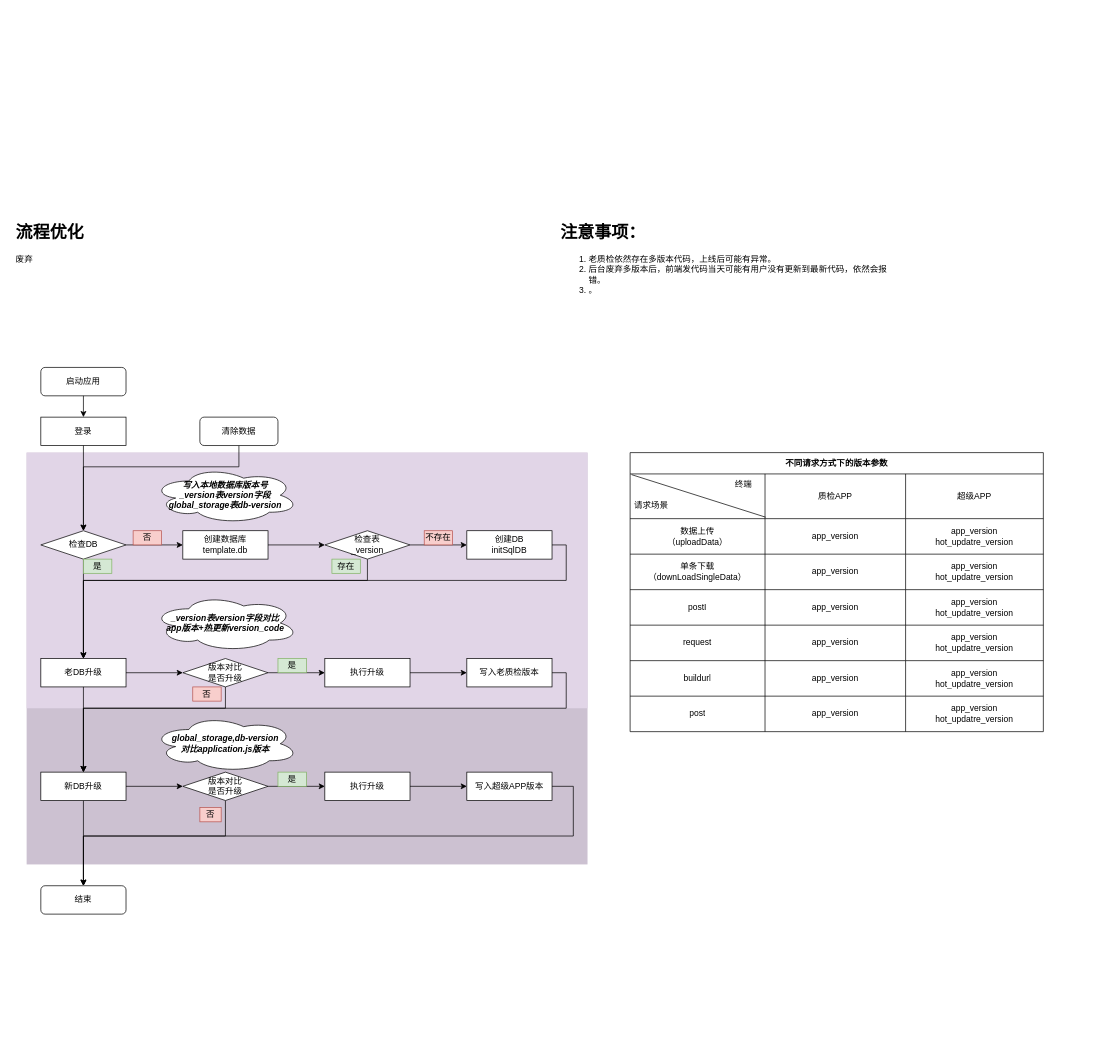
Earlier version of the draw.io diagram sync-data/Untitled Diagram.drawio (jsven/design-draw). Source tidied: cells renumbered, new cells numbered last; positions are measured from the earlier drawing's top-left corner, leaving out a move shared by most shapes. Both pictures are drawn from the tidied source at 71%, with x=0, y=0 at pixel (12, 218).
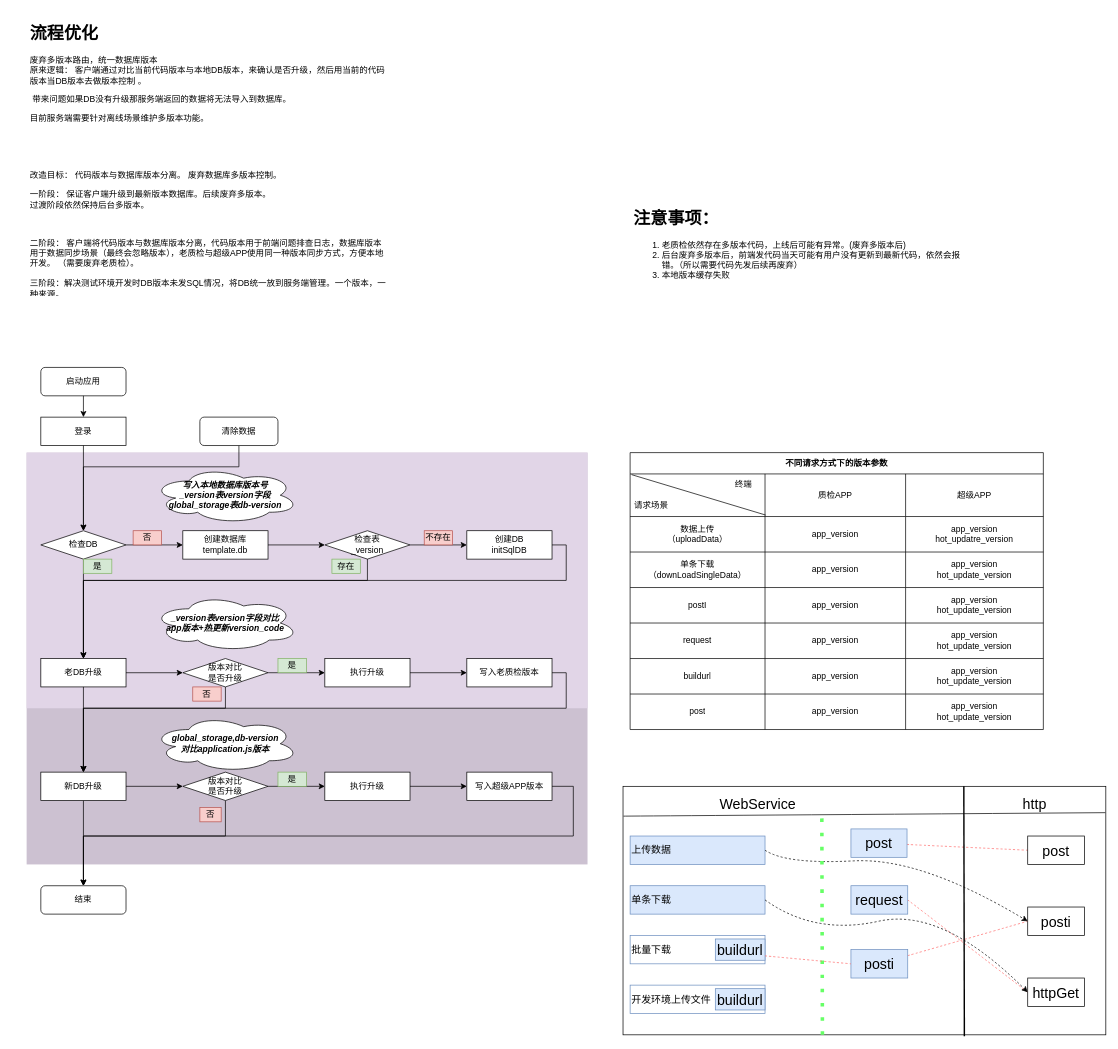
The same page after the edit.

The edit, as a diff of the source:
```diff
@@
+    <mxCell id="86" value="批量下载" style="rounded=0;whiteSpace=wrap;html=1;labelBackgroundColor=none;fontSize=14;fillColor=none;strokeColor=#6c8ebf;align=left;" parent="1" vertex="1">
+      <mxGeometry x="870" y="1010" width="190" height="40" as="geometry" />
+    </mxCell>
+    <mxCell id="87" value="开发环境上传文件" style="rounded=0;whiteSpace=wrap;html=1;labelBackgroundColor=none;fontSize=14;fillColor=none;strokeColor=#6c8ebf;align=left;" parent="1" vertex="1">
+      <mxGeometry x="870" y="1080" width="190" height="40" as="geometry" />
+    </mxCell>
+    <mxCell id="88" style="rounded=0;whiteSpace=wrap;html=1;labelBackgroundColor=none;fontSize=20;fontColor=#000000;fillColor=none;" parent="1" vertex="1">
+      <mxGeometry x="860" y="800" width="680" height="350" as="geometry" />
+    </mxCell>
@@
-    <mxCell id="4" value="&lt;h1&gt;注意事项：&lt;/h1&gt;&lt;p&gt;&lt;/p&gt;&lt;ol&gt;&lt;li&gt;老质检依然存在多版本代码，上线后可能有异常。&lt;/li&gt;&lt;li&gt;后台废弃多版本后，前端发代码当天可能有用户没有更新到最新代码，依然会报错。&lt;/li&gt;&lt;li&gt;。&lt;/li&gt;&lt;/ol&gt;&lt;p&gt;&lt;/p&gt;" style="text;html=1;strokeColor=none;fillColor=none;spacing=5;spacingTop=-20;whiteSpace=wrap;overflow=hidden;rounded=0;" parent="1" vertex="1">
-      <mxGeometry x="767" width="470" height="130" as="geometry" />
+    <mxCell id="4" value="&lt;h1&gt;注意事项：&lt;/h1&gt;&lt;p&gt;&lt;/p&gt;&lt;ol&gt;&lt;li&gt;老质检依然存在多版本代码，上线后可能有异常。(废弃多版本后)&lt;/li&gt;&lt;li&gt;后台废弃多版本后，前端发代码当天可能有用户没有更新到最新代码，依然会报错。（所以需要代码先发后续再废弃）&lt;/li&gt;&lt;li&gt;本地版本缓存失败&lt;/li&gt;&lt;/ol&gt;&lt;p&gt;&lt;/p&gt;" style="text;html=1;strokeColor=none;fillColor=none;spacing=5;spacingTop=-20;whiteSpace=wrap;overflow=hidden;rounded=0;" parent="1" vertex="1">
+      <mxGeometry x="870" y="-20" width="470" height="130" as="geometry" />
     </mxCell>
-    <mxCell id="5" value="&lt;h1&gt;流程优化&lt;/h1&gt;&lt;p&gt;废弃&lt;/p&gt;" style="text;html=1;strokeColor=none;fillColor=none;spacing=5;spacingTop=-20;whiteSpace=wrap;overflow=hidden;rounded=0;" parent="1" vertex="1">
-      <mxGeometry width="510" height="120" as="geometry" />
+    <mxCell id="5" value="&lt;h1&gt;流程优化&lt;/h1&gt;&lt;p&gt;废弃多版本路由，统一数据库版本&lt;br&gt;原来逻辑： 客户端通过对比当前代码版本与本地DB版本，来确认是否升级，然后用当前的代码版本当DB版本去做版本控制 。&lt;/p&gt;&lt;p&gt;&lt;span&gt;&amp;nbsp;带来问题如果DB没有升级那服务端返回的数据将无法导入到数据库。&lt;/span&gt;&lt;/p&gt;&lt;p&gt;目前服务端需要针对离线场景维护多版本功能。&lt;/p&gt;&lt;p&gt;&lt;br&gt;&lt;/p&gt;&lt;p&gt;&lt;br&gt;&lt;/p&gt;&lt;p&gt;改造目标： 代码版本与数据库版本分离。 废弃数据库多版本控制。&lt;br&gt;&lt;br&gt;一阶段： 保证客户端升级到最新版本数据库。后续废弃多版本。&lt;br&gt;过渡阶段依然保持后台多版本。&lt;/p&gt;&lt;p&gt;&lt;br&gt;&lt;/p&gt;&lt;p&gt;二阶段： 客户端将代码版本与数据库版本分离，代码版本用于前端问题排查日志，数据库版本用于数据同步场景（最终会忽略版本），老质检与超级APP使用同一种版本同步方式，方便本地开发。 （需要废弃老质检）。&lt;br&gt;&lt;br&gt;三阶段：解决测试环境开发时DB版本未发SQL情况，将DB统一放到服务端管理。一个版本，一种来源。&lt;/p&gt;" style="text;html=1;strokeColor=none;fillColor=none;spacing=5;spacingTop=-20;whiteSpace=wrap;overflow=hidden;rounded=0;" parent="1" vertex="1">
+      <mxGeometry x="20" y="-280" width="510" height="390" as="geometry" />
     </mxCell>
@@
     <mxCell id="54" value="不同请求方式下的版本参数" style="shape=table;startSize=30;childLayout=tableLayout;fontStyle=1;align=center;" parent="1" vertex="1">
-      <mxGeometry x="870" y="330" width="582" height="393" as="geometry" />
+      <mxGeometry x="870" y="330" width="582" height="390" as="geometry" />
     </mxCell>
     <mxCell id="55" style="shape=partialRectangle;html=1;whiteSpace=wrap;fillColor=none;top=0;left=0;bottom=0;right=0;" parent="54" vertex="1">
-      <mxGeometry y="30" width="582" height="63" as="geometry" />
+      <mxGeometry y="30" width="582" height="60" as="geometry" />
     </mxCell>
     <mxCell id="56" style="shape=partialRectangle;html=1;whiteSpace=wrap;fillColor=none;top=0;left=0;bottom=0;right=0;overflow=hidden;" parent="55" vertex="1">
-      <mxGeometry width="190" height="63" as="geometry" />
+      <mxGeometry width="190" height="60" as="geometry" />
     </mxCell>
     <mxCell id="57" value="质检APP" style="shape=partialRectangle;html=1;whiteSpace=wrap;fillColor=none;top=0;left=0;bottom=0;right=0;overflow=hidden;" parent="55" vertex="1">
-      <mxGeometry x="190" width="198" height="63" as="geometry" />
+      <mxGeometry x="190" width="198" height="60" as="geometry" />
     </mxCell>
     <mxCell id="58" value="超级APP" style="shape=partialRectangle;html=1;whiteSpace=wrap;fillColor=none;top=0;left=0;bottom=0;right=0;overflow=hidden;" parent="55" vertex="1">
-      <mxGeometry x="388" width="194" height="63" as="geometry" />
+      <mxGeometry x="388" width="194" height="60" as="geometry" />
     </mxCell>
     <mxCell id="59" style="shape=partialRectangle;html=1;whiteSpace=wrap;fillColor=none;top=0;left=0;bottom=0;right=0;points=[[0,0.5],[1,0.5]];portConstraint=eastwest;" parent="54" vertex="1">
-      <mxGeometry y="93" width="582" height="50" as="geometry" />
+      <mxGeometry y="90" width="582" height="50" as="geometry" />
     </mxCell>
@@
     <mxCell id="63" style="shape=partialRectangle;html=1;whiteSpace=wrap;fillColor=none;top=0;left=0;bottom=0;right=0;" parent="54" vertex="1">
-      <mxGeometry y="143" width="582" height="50" as="geometry" />
+      <mxGeometry y="140" width="582" height="50" as="geometry" />
     </mxCell>
@@
-    <mxCell id="66" value="&lt;span&gt;app_version&lt;/span&gt;&lt;br&gt;&lt;span&gt;hot_updatre_version&lt;/span&gt;" style="shape=partialRectangle;html=1;whiteSpace=wrap;fillColor=none;top=0;left=0;bottom=0;right=0;overflow=hidden;" parent="63" vertex="1">
+    <mxCell id="66" value="&lt;span&gt;app_version&lt;/span&gt;&lt;br&gt;&lt;span&gt;hot_update_version&lt;/span&gt;" style="shape=partialRectangle;html=1;whiteSpace=wrap;fillColor=none;top=0;left=0;bottom=0;right=0;overflow=hidden;" parent="63" vertex="1">
       <mxGeometry x="388" width="194" height="50" as="geometry" />
     </mxCell>
     <mxCell id="67" style="shape=partialRectangle;html=1;whiteSpace=wrap;fillColor=none;top=0;left=0;bottom=0;right=0;" parent="54" vertex="1">
-      <mxGeometry y="193" width="582" height="50" as="geometry" />
+      <mxGeometry y="190" width="582" height="50" as="geometry" />
     </mxCell>
@@
-    <mxCell id="70" value="&lt;span&gt;app_version&lt;/span&gt;&lt;br&gt;&lt;span&gt;hot_updatre_version&lt;/span&gt;" style="shape=partialRectangle;html=1;whiteSpace=wrap;fillColor=none;top=0;left=0;bottom=0;right=0;overflow=hidden;" parent="67" vertex="1">
+    <mxCell id="70" value="app_version&lt;br&gt;hot_update_version" style="shape=partialRectangle;html=1;whiteSpace=wrap;fillColor=none;top=0;left=0;bottom=0;right=0;overflow=hidden;" parent="67" vertex="1">
       <mxGeometry x="388" width="194" height="50" as="geometry" />
     </mxCell>
     <mxCell id="71" style="shape=partialRectangle;html=1;whiteSpace=wrap;fillColor=none;top=0;left=0;bottom=0;right=0;" parent="54" vertex="1">
-      <mxGeometry y="243" width="582" height="50" as="geometry" />
+      <mxGeometry y="240" width="582" height="50" as="geometry" />
     </mxCell>
@@
-    <mxCell id="74" value="&lt;span&gt;app_version&lt;/span&gt;&lt;br&gt;&lt;span&gt;hot_updatre_version&lt;/span&gt;" style="shape=partialRectangle;html=1;whiteSpace=wrap;fillColor=none;top=0;left=0;bottom=0;right=0;overflow=hidden;" parent="71" vertex="1">
+    <mxCell id="74" value="app_version&lt;br&gt;hot_update_version" style="shape=partialRectangle;html=1;whiteSpace=wrap;fillColor=none;top=0;left=0;bottom=0;right=0;overflow=hidden;" parent="71" vertex="1">
       <mxGeometry x="388" width="194" height="50" as="geometry" />
     </mxCell>
     <mxCell id="75" style="shape=partialRectangle;html=1;whiteSpace=wrap;fillColor=none;top=0;left=0;bottom=0;right=0;" parent="54" vertex="1">
-      <mxGeometry y="293" width="582" height="50" as="geometry" />
+      <mxGeometry y="290" width="582" height="50" as="geometry" />
     </mxCell>
@@
-    <mxCell id="78" value="&lt;span&gt;app_version&lt;/span&gt;&lt;br&gt;&lt;span&gt;hot_updatre_version&lt;/span&gt;" style="shape=partialRectangle;html=1;whiteSpace=wrap;fillColor=none;top=0;left=0;bottom=0;right=0;overflow=hidden;" parent="75" vertex="1">
+    <mxCell id="78" value="app_version&lt;br&gt;hot_update_version" style="shape=partialRectangle;html=1;whiteSpace=wrap;fillColor=none;top=0;left=0;bottom=0;right=0;overflow=hidden;" parent="75" vertex="1">
       <mxGeometry x="388" width="194" height="50" as="geometry" />
     </mxCell>
     <mxCell id="79" style="shape=partialRectangle;html=1;whiteSpace=wrap;fillColor=none;top=0;left=0;bottom=0;right=0;" parent="54" vertex="1">
-      <mxGeometry y="343" width="582" height="50" as="geometry" />
+      <mxGeometry y="340" width="582" height="50" as="geometry" />
     </mxCell>
@@
-    <mxCell id="82" value="&lt;span&gt;app_version&lt;/span&gt;&lt;br&gt;&lt;span&gt;hot_updatre_version&lt;/span&gt;" style="shape=partialRectangle;html=1;whiteSpace=wrap;fillColor=none;top=0;left=0;bottom=0;right=0;overflow=hidden;" parent="79" vertex="1">
+    <mxCell id="82" value="app_version&lt;br&gt;hot_update_version" style="shape=partialRectangle;html=1;whiteSpace=wrap;fillColor=none;top=0;left=0;bottom=0;right=0;overflow=hidden;" parent="79" vertex="1">
       <mxGeometry x="388" width="194" height="50" as="geometry" />
     </mxCell>
@@
+    <mxCell id="89" value="上传数据" style="rounded=0;whiteSpace=wrap;html=1;labelBackgroundColor=none;fontSize=14;fillColor=#dae8fc;strokeColor=#6c8ebf;align=left;" parent="1" vertex="1">
+      <mxGeometry x="870" y="870" width="190" height="40" as="geometry" />
+    </mxCell>
+    <mxCell id="90" value="单条下载" style="rounded=0;whiteSpace=wrap;html=1;labelBackgroundColor=none;fontSize=14;fillColor=#dae8fc;strokeColor=#6c8ebf;align=left;" parent="1" vertex="1">
+      <mxGeometry x="870" y="940" width="190" height="40" as="geometry" />
+    </mxCell>
+    <mxCell id="91" style="edgeStyle=none;curved=1;jettySize=auto;html=1;entryX=0;entryY=0.5;entryDx=0;entryDy=0;dashed=1;fontSize=20;fontColor=#000000;endArrow=none;endFill=0;strokeColor=#FF6666;" parent="1" edge="1" source="92" target="100">
+      <mxGeometry relative="1" as="geometry" />
+    </mxCell>
+    <mxCell id="92" value="posti" style="rounded=0;whiteSpace=wrap;html=1;labelBackgroundColor=none;fontSize=20;fillColor=#dae8fc;strokeColor=#6c8ebf;" parent="1" vertex="1">
+      <mxGeometry x="1181" y="1030" width="80" height="40" as="geometry" />
+    </mxCell>
+    <mxCell id="93" style="edgeStyle=none;curved=1;jettySize=auto;html=1;entryX=0;entryY=0.5;entryDx=0;entryDy=0;fontSize=20;fontColor=#000000;endArrow=none;endFill=0;strokeColor=#FF6666;dashed=1;" parent="1" edge="1" source="94" target="107">
+      <mxGeometry relative="1" as="geometry" />
+    </mxCell>
+    <mxCell id="94" value="post" style="rounded=0;whiteSpace=wrap;html=1;labelBackgroundColor=none;fontSize=20;fillColor=#dae8fc;strokeColor=#6c8ebf;" parent="1" vertex="1">
+      <mxGeometry x="1181" y="860" width="79" height="40" as="geometry" />
+    </mxCell>
+    <mxCell id="95" style="edgeStyle=none;curved=1;jettySize=auto;html=1;dashed=1;fontSize=20;fontColor=#000000;endArrow=none;endFill=0;strokeColor=#FF6666;exitX=1;exitY=0.5;exitDx=0;exitDy=0;" parent="1" edge="1" source="96">
+      <mxGeometry relative="1" as="geometry">
+        <mxPoint x="1430" y="1090" as="targetPoint" />
+      </mxGeometry>
+    </mxCell>
+    <mxCell id="96" value="request" style="rounded=0;whiteSpace=wrap;html=1;labelBackgroundColor=none;fontSize=20;fillColor=#dae8fc;strokeColor=#6c8ebf;" parent="1" vertex="1">
+      <mxGeometry x="1181" y="940" width="80" height="40" as="geometry" />
+    </mxCell>
+    <mxCell id="97" style="curved=1;endArrow=classic;html=1;rounded=0;fontSize=20;fontColor=#000000;entryX=0;entryY=0.5;entryDx=0;entryDy=0;dashed=1;" parent="1" edge="1" target="100">
+      <mxGeometry relative="1" as="geometry">
+        <mxPoint x="1060" y="890" as="sourcePoint" />
+        <Array as="points">
+          <mxPoint x="1090" y="910" />
+          <mxPoint x="1280" y="900" />
+        </Array>
+      </mxGeometry>
+    </mxCell>
+    <mxCell id="98" style="endArrow=classic;html=1;fontSize=20;fontColor=#000000;exitX=1;exitY=0.5;exitDx=0;exitDy=0;entryX=0;entryY=0.5;entryDx=0;entryDy=0;curved=1;dashed=1;" parent="1" edge="1" source="90" target="99">
+      <mxGeometry relative="1" as="geometry">
+        <Array as="points">
+          <mxPoint x="1130" y="1010" />
+          <mxPoint x="1310" y="970" />
+        </Array>
+      </mxGeometry>
+    </mxCell>
+    <mxCell id="99" value="httpGet" style="rounded=0;whiteSpace=wrap;html=1;labelBackgroundColor=#FFFFFF;fontSize=20;fontColor=#000000;" parent="1" vertex="1">
+      <mxGeometry x="1430" y="1070" width="80" height="40" as="geometry" />
+    </mxCell>
+    <mxCell id="100" value="posti" style="rounded=0;whiteSpace=wrap;html=1;labelBackgroundColor=#FFFFFF;fontSize=20;fontColor=#000000;" parent="1" vertex="1">
+      <mxGeometry x="1430" y="970" width="80" height="40" as="geometry" />
+    </mxCell>
+    <mxCell id="101" style="endArrow=none;html=1;strokeWidth=2;fontSize=20;fontColor=#000000;curved=1;exitX=0.707;exitY=1.006;exitDx=0;exitDy=0;exitPerimeter=0;" parent="1" edge="1" source="88">
+      <mxGeometry relative="1" as="geometry">
+        <mxPoint x="1340" y="800" as="targetPoint" />
+      </mxGeometry>
+    </mxCell>
+    <mxCell id="102" style="endArrow=none;html=1;fontSize=20;fontColor=#000000;curved=1;exitX=0.001;exitY=0.12;exitDx=0;exitDy=0;exitPerimeter=0;entryX=0.999;entryY=0.106;entryDx=0;entryDy=0;entryPerimeter=0;" parent="1" edge="1" source="88" target="88">
+      <mxGeometry relative="1" as="geometry" />
+    </mxCell>
+    <mxCell id="103" value="WebService" style="text;html=1;strokeColor=none;fillColor=none;align=center;verticalAlign=middle;whiteSpace=wrap;rounded=0;labelBackgroundColor=none;fontSize=20;fontColor=#000000;" parent="1" vertex="1">
+      <mxGeometry x="1020" y="810" width="60" height="30" as="geometry" />
+    </mxCell>
+    <mxCell id="104" value="http" style="text;html=1;strokeColor=none;fillColor=none;align=center;verticalAlign=middle;whiteSpace=wrap;rounded=0;labelBackgroundColor=none;fontSize=20;fontColor=#000000;" parent="1" vertex="1">
+      <mxGeometry x="1410" y="810" width="60" height="30" as="geometry" />
+    </mxCell>
+    <mxCell id="105" style="endArrow=none;dashed=1;html=1;dashPattern=1 3;strokeWidth=5;fontSize=20;fontColor=#000000;curved=1;exitX=0.413;exitY=1;exitDx=0;exitDy=0;exitPerimeter=0;strokeColor=#66FF66;" parent="1" edge="1" source="88">
+      <mxGeometry relative="1" as="geometry">
+        <mxPoint x="1140" y="840" as="targetPoint" />
+      </mxGeometry>
+    </mxCell>
+    <mxCell id="106" value="buildurl" style="rounded=0;whiteSpace=wrap;html=1;labelBackgroundColor=none;fontSize=20;fillColor=#dae8fc;strokeColor=#6c8ebf;" parent="1" vertex="1">
+      <mxGeometry x="990" y="1015" width="70" height="30" as="geometry" />
+    </mxCell>
+    <mxCell id="107" value="post" style="rounded=0;whiteSpace=wrap;html=1;labelBackgroundColor=#FFFFFF;fontSize=20;fontColor=#000000;" parent="1" vertex="1">
+      <mxGeometry x="1430" y="870" width="80" height="40" as="geometry" />
+    </mxCell>
+    <mxCell id="108" style="edgeStyle=none;curved=1;jettySize=auto;html=1;entryX=0;entryY=0.5;entryDx=0;entryDy=0;dashed=1;fontSize=20;fontColor=#000000;endArrow=none;endFill=0;strokeColor=#FF6666;" parent="1" edge="1" source="86" target="92">
+      <mxGeometry relative="1" as="geometry" />
+    </mxCell>
+    <mxCell id="109" value="buildurl" style="rounded=0;whiteSpace=wrap;html=1;labelBackgroundColor=none;fontSize=20;fillColor=#dae8fc;strokeColor=#6c8ebf;" parent="1" vertex="1">
+      <mxGeometry x="990" y="1085" width="70" height="30" as="geometry" />
+    </mxCell>
```
